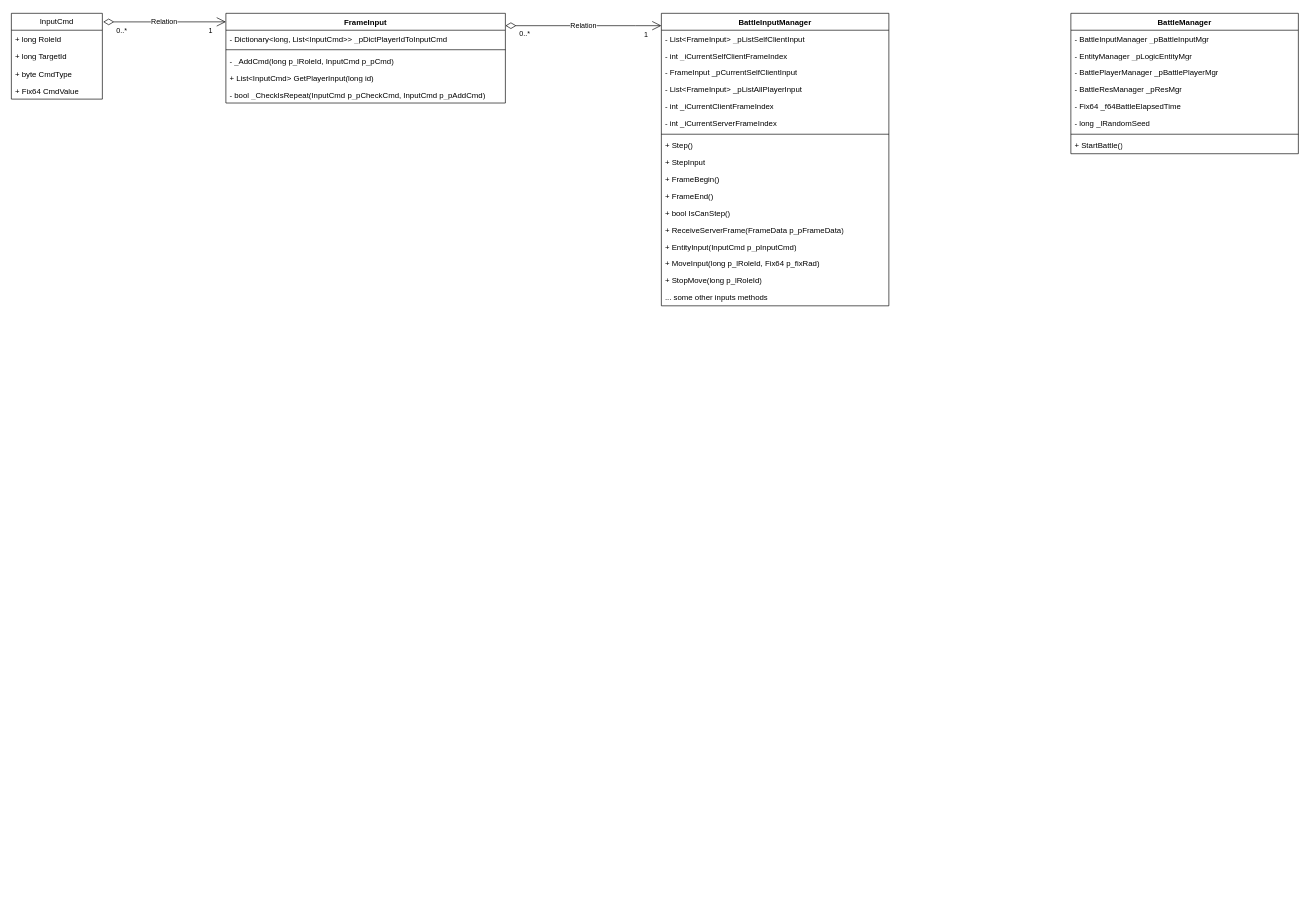
This is Unity/战斗/战斗.drawio from RookieGordon/Learning-Notes, a draw.io file, before an edit. Source tidied: cells renumbered, new cells numbered last; positions are measured from the earlier drawing's top-left corner, leaving out a move shared by most shapes. Both pictures are drawn from the tidied source at 65%, with x=0, y=0 at pixel (11, 13).
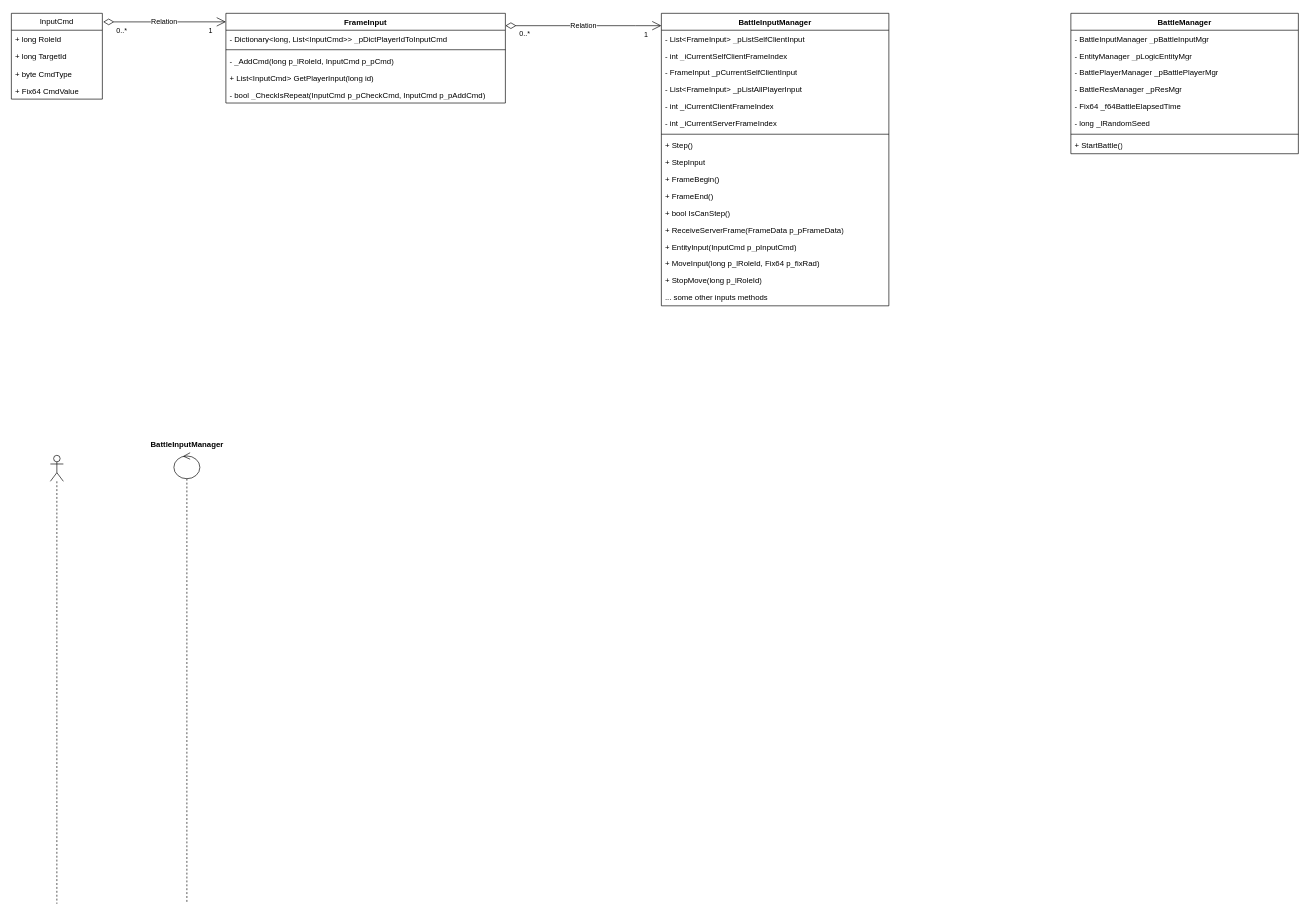
After the change.

Commit message:
vault backup: 2024-08-14 20:14:31

The edit, as a diff of the source:
```diff
@@
+    <mxCell id="46" style="shape=umlLifeline;perimeter=lifelinePerimeter;whiteSpace=wrap;html=1;newEdgeStyle={&quot;curved&quot;:0,&quot;rounded&quot;:0};participant=umlActor;" parent="1" vertex="1">
+      <mxGeometry x="60" y="680" width="20" height="690" as="geometry" />
+    </mxCell>
+    <mxCell id="47" style="shape=umlLifeline;perimeter=lifelinePerimeter;whiteSpace=wrap;html=1;newEdgeStyle={&quot;curved&quot;:0,&quot;rounded&quot;:0};participant=umlControl;" parent="1" vertex="1">
+      <mxGeometry x="250" y="676" width="40" height="694" as="geometry" />
+    </mxCell>
+    <mxCell id="48" value="BattleInputManager" style="text;align=center;fontStyle=1;verticalAlign=middle;spacingLeft=3;spacingRight=3;strokeColor=none;html=1;" parent="1" vertex="1">
+      <mxGeometry x="230" y="650" width="80" height="26" as="geometry" />
+    </mxCell>
```
